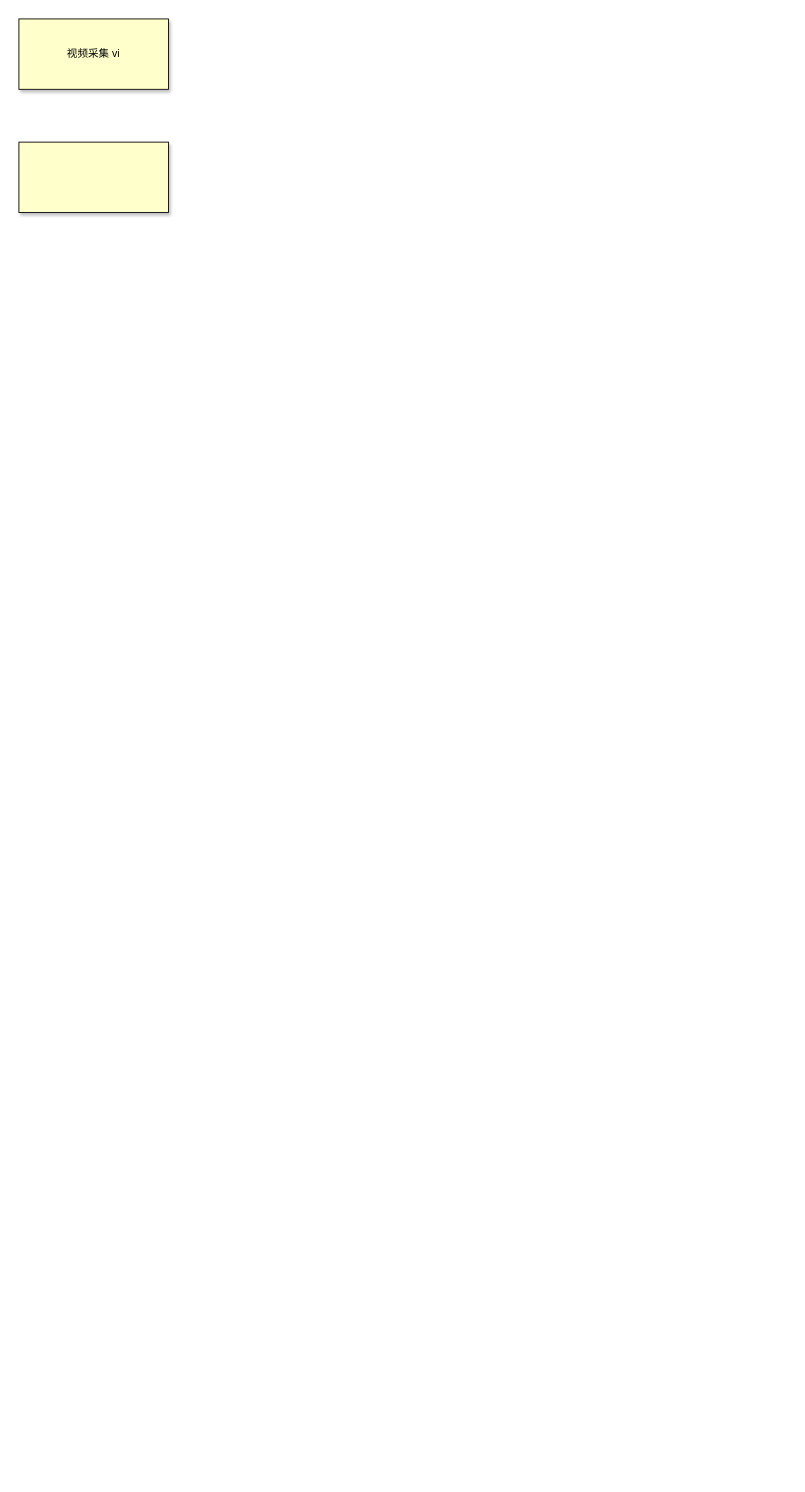
This is 国科sdk.drawio from zhouzmo/picture, a draw.io file, before an edit. Source tidied: cells renumbered, new cells numbered last; positions are measured from the earlier drawing's top-left corner, leaving out a move shared by most shapes. Both pictures are drawn from the tidied source at 88%, with x=0, y=0 at pixel (18, 18).
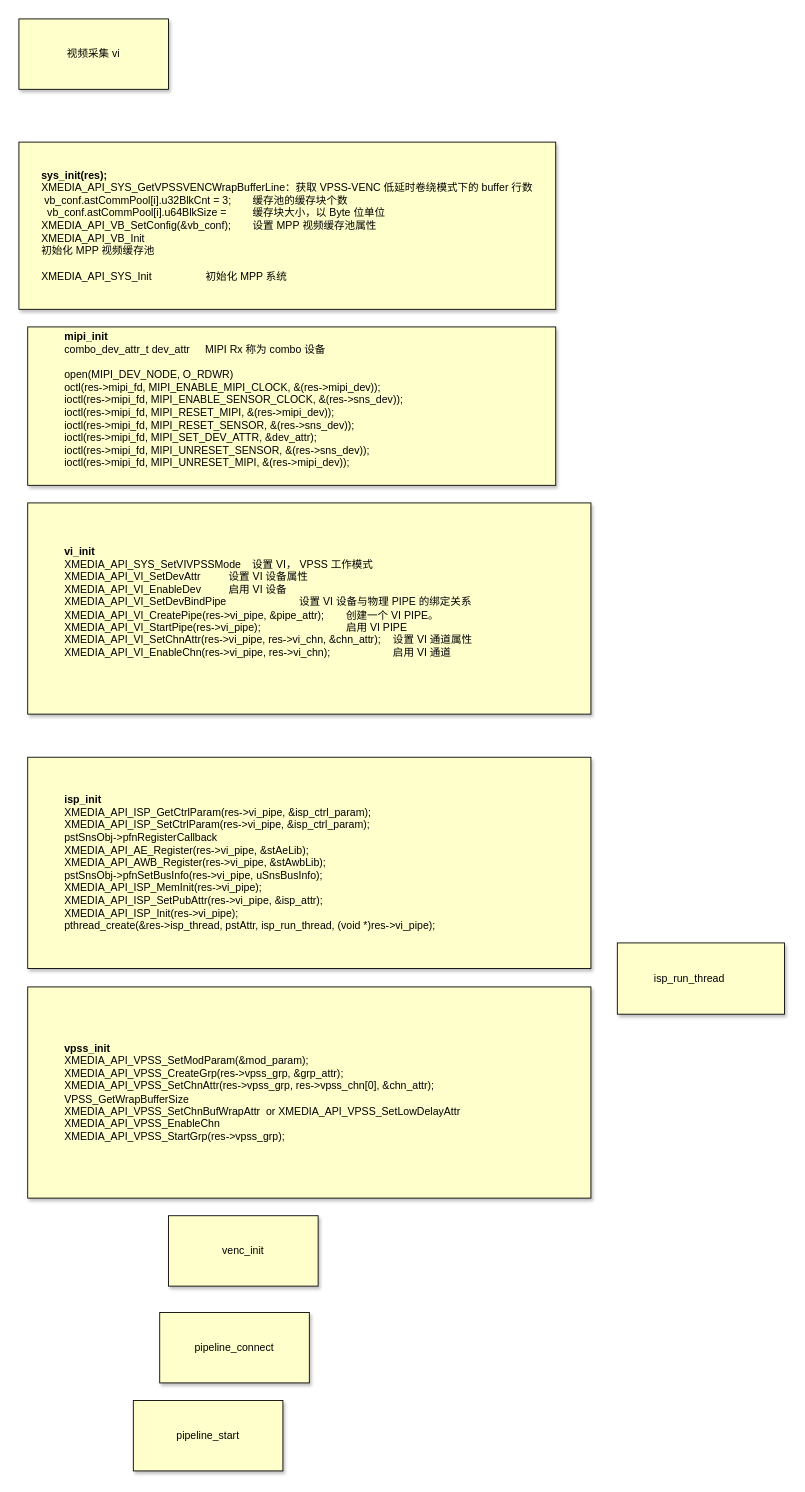
After the change.

What changed in the source:
```diff
@@
 <mxGraphModel>
   <root>
     <mxCell id="0" />
     <mxCell id="1" parent="0" />
     <mxCell id="2" value="视频采集 vi" style="rounded=0;whiteSpace=wrap;html=1;fillColor=#FFFFCC;glass=0;shadow=1;" parent="1" vertex="1">
       <mxGeometry width="170" height="80" as="geometry" />
     </mxCell>
-    <mxCell id="3" style="rounded=0;whiteSpace=wrap;html=1;fillColor=#FFFFCC;glass=0;shadow=1;" parent="1" vertex="1">
-      <mxGeometry y="140" width="170" height="80" as="geometry" />
+    <mxCell id="3" value="&lt;div style=&quot;text-align: left;&quot;&gt;&lt;b style=&quot;background-color: initial;&quot;&gt;sys_init(res);&lt;/b&gt;&lt;/div&gt;&lt;span class=&quot;fontstyle0&quot;&gt;&lt;div style=&quot;text-align: left;&quot;&gt;&lt;span style=&quot;background-color: initial;&quot; class=&quot;fontstyle0&quot;&gt;XMEDIA_API_SYS_GetVPSSVENCWrapBufferLine&lt;/span&gt;&lt;span style=&quot;background-color: initial;&quot; class=&quot;fontstyle1&quot;&gt;：获取 &lt;/span&gt;&lt;span style=&quot;background-color: initial;&quot; class=&quot;fontstyle0&quot;&gt;VPSS-VENC &lt;/span&gt;&lt;span style=&quot;background-color: initial;&quot; class=&quot;fontstyle1&quot;&gt;低延时卷绕模式下的 &lt;/span&gt;&lt;span style=&quot;background-color: initial;&quot; class=&quot;fontstyle0&quot;&gt;buffer &lt;/span&gt;&lt;span style=&quot;background-color: initial;&quot; class=&quot;fontstyle1&quot;&gt;行数&lt;/span&gt;&lt;/div&gt;&lt;/span&gt;&lt;div&gt;&lt;div style=&quot;text-align: left;&quot;&gt;&amp;nbsp;vb_conf.astCommPool[i].u32BlkCnt = 3;&lt;span style=&quot;white-space: pre;&quot;&gt;&#9;&lt;/span&gt;&lt;span style=&quot;background-color: initial; text-align: center;&quot;&gt;缓存池的缓存块个数&lt;/span&gt;&lt;/div&gt;&lt;div style=&quot;text-align: left;&quot;&gt;&amp;nbsp; vb_conf.astCommPool[i].u64BlkSize =&amp;nbsp;&lt;span style=&quot;white-space: pre;&quot;&gt;&#9;&lt;/span&gt;&lt;span style=&quot;background-color: initial; text-align: center;&quot; class=&quot;fontstyle0&quot;&gt;缓存块大小，以&amp;nbsp;&lt;/span&gt;&lt;span style=&quot;background-color: initial; text-align: center;&quot; class=&quot;fontstyle2&quot;&gt;Byte&amp;nbsp;&lt;/span&gt;&lt;span style=&quot;background-color: initial; text-align: center;&quot; class=&quot;fontstyle0&quot;&gt;位单位&lt;br&gt;XMEDIA_API_VB_SetConfig(&amp;amp;vb_conf);&lt;span style=&quot;white-space: pre;&quot;&gt;&#9;&lt;/span&gt;&lt;span style=&quot;background-color: initial;&quot; class=&quot;fontstyle0&quot;&gt;设置&amp;nbsp;&lt;/span&gt;&lt;span style=&quot;background-color: initial;&quot; class=&quot;fontstyle2&quot;&gt;MPP&amp;nbsp;&lt;/span&gt;&lt;span style=&quot;background-color: initial;&quot; class=&quot;fontstyle0&quot;&gt;视频缓存池属性&lt;br&gt;XMEDIA_API_VB_Init&lt;span style=&quot;white-space: pre;&quot;&gt;&#9;&lt;/span&gt;&lt;br&gt;&lt;span class=&quot;fontstyle0&quot;&gt;初始化 &lt;/span&gt;&lt;span class=&quot;fontstyle2&quot;&gt;MPP &lt;/span&gt;&lt;span class=&quot;fontstyle0&quot;&gt;视频缓存池&lt;/span&gt; &lt;br&gt;&lt;br style=&quot;font-variant-numeric: normal; font-variant-east-asian: normal; font-variant-alternates: normal; font-variant-position: normal; line-height: normal; text-align: -webkit-auto; text-size-adjust: auto;&quot;&gt;XMEDIA_API_SYS_Init&lt;span style=&quot;white-space: pre;&quot;&gt;&#9;&lt;span style=&quot;white-space: pre;&quot;&gt;&#9;&lt;span style=&quot;white-space: pre;&quot;&gt;&#9;&lt;/span&gt;&lt;/span&gt;&lt;/span&gt;&lt;span class=&quot;fontstyle0&quot;&gt;初始化 &lt;/span&gt;&lt;span class=&quot;fontstyle2&quot;&gt;MPP &lt;/span&gt;&lt;span class=&quot;fontstyle0&quot;&gt;系统&lt;/span&gt;&lt;/span&gt;&lt;/span&gt;&lt;/div&gt;&lt;/div&gt;" style="rounded=0;whiteSpace=wrap;html=1;fillColor=#FFFFCC;glass=0;shadow=1;" parent="1" vertex="1">
+      <mxGeometry y="140" width="610" height="190" as="geometry" />
     </mxCell>
+    <mxCell id="4" value="&lt;blockquote style=&quot;margin: 0 0 0 40px; border: none; padding: 0px;&quot;&gt;&lt;b&gt;mipi_init&lt;br&gt;&lt;/b&gt;&lt;span class=&quot;fontstyle0&quot;&gt;combo_dev_attr_t dev_attr &lt;span style=&quot;white-space: pre;&quot;&gt;&#9;&lt;/span&gt;MIPI Rx &lt;/span&gt;&lt;span class=&quot;fontstyle2&quot;&gt;称为 &lt;/span&gt;&lt;span class=&quot;fontstyle0&quot;&gt;combo &lt;/span&gt;&lt;span class=&quot;fontstyle2&quot;&gt;设备&lt;/span&gt; &lt;br/&gt;&lt;br style=&quot;font-variant-numeric: normal; font-variant-east-asian: normal; font-variant-alternates: normal; font-variant-position: normal; line-height: normal; text-align: -webkit-auto; text-size-adjust: auto;&quot;&gt;open(MIPI_DEV_NODE, O_RDWR)&lt;br&gt;octl(res-&amp;gt;mipi_fd, MIPI_ENABLE_MIPI_CLOCK, &amp;amp;(res-&amp;gt;mipi_dev));&lt;br&gt;ioctl(res-&amp;gt;mipi_fd, MIPI_ENABLE_SENSOR_CLOCK, &amp;amp;(res-&amp;gt;sns_dev));&lt;br&gt;ioctl(res-&amp;gt;mipi_fd, MIPI_RESET_MIPI, &amp;amp;(res-&amp;gt;mipi_dev));&lt;br&gt;ioctl(res-&amp;gt;mipi_fd, MIPI_RESET_SENSOR, &amp;amp;(res-&amp;gt;sns_dev));&lt;br&gt;ioctl(res-&amp;gt;mipi_fd, MIPI_SET_DEV_ATTR, &amp;amp;dev_attr);&lt;br&gt;ioctl(res-&amp;gt;mipi_fd, MIPI_UNRESET_SENSOR, &amp;amp;(res-&amp;gt;sns_dev));&lt;br&gt;ioctl(res-&amp;gt;mipi_fd, MIPI_UNRESET_MIPI, &amp;amp;(res-&amp;gt;mipi_dev));&lt;br&gt;&lt;br&gt;&lt;/blockquote&gt;" style="rounded=0;whiteSpace=wrap;html=1;fillColor=#FFFFCC;glass=0;shadow=1;align=left;" parent="1" vertex="1">
+      <mxGeometry x="10" y="350" width="600" height="180" as="geometry" />
+    </mxCell>
+    <mxCell id="5" value="&lt;blockquote style=&quot;margin: 0 0 0 40px; border: none; padding: 0px;&quot;&gt;&lt;b&gt;vi_init&lt;br&gt;&lt;/b&gt;XMEDIA_API_SYS_SetVIVPSSMode&lt;span style=&quot;white-space: pre;&quot;&gt;&#9;&lt;/span&gt;&lt;span class=&quot;fontstyle0&quot;&gt;设置 &lt;/span&gt;&lt;span class=&quot;fontstyle2&quot;&gt;VI&lt;/span&gt;&lt;span class=&quot;fontstyle0&quot;&gt;， &lt;/span&gt;&lt;span class=&quot;fontstyle2&quot;&gt;VPSS &lt;/span&gt;&lt;span class=&quot;fontstyle0&quot;&gt;工作模式&lt;/span&gt;&lt;div style=&quot;&quot;&gt;&lt;span style=&quot;background-color: initial;&quot;&gt;XMEDIA_API_VI_SetDevAttr&lt;span style=&quot;white-space: pre;&quot;&gt;&#9;&lt;span style=&quot;white-space: pre;&quot;&gt;&#9;&lt;/span&gt;&lt;/span&gt;&lt;/span&gt;&lt;span style=&quot;background-color: initial;&quot; class=&quot;fontstyle0&quot;&gt;设置 &lt;/span&gt;&lt;span style=&quot;background-color: initial;&quot; class=&quot;fontstyle2&quot;&gt;VI &lt;/span&gt;&lt;span style=&quot;background-color: initial;&quot; class=&quot;fontstyle0&quot;&gt;设备属性&lt;br&gt;XMEDIA_API_VI_EnableDev&lt;span style=&quot;white-space: pre;&quot;&gt;&#9;&lt;span style=&quot;white-space: pre;&quot;&gt;&#9;&lt;/span&gt;&lt;/span&gt;&lt;/span&gt;&lt;span style=&quot;background-color: initial;&quot; class=&quot;fontstyle0&quot;&gt;启用 &lt;/span&gt;&lt;span style=&quot;background-color: initial;&quot; class=&quot;fontstyle2&quot;&gt;VI &lt;/span&gt;&lt;span style=&quot;background-color: initial;&quot; class=&quot;fontstyle0&quot;&gt;设备&lt;/span&gt;&lt;/div&gt;XMEDIA_API_VI_SetDevBindPipe&lt;span style=&quot;white-space: pre;&quot;&gt;&#9;&lt;span style=&quot;white-space: pre;&quot;&gt;&#9;&lt;span style=&quot;white-space: pre;&quot;&gt;&#9;&lt;/span&gt;&lt;span style=&quot;white-space: pre;&quot;&gt;&#9;&lt;/span&gt;&lt;/span&gt;&lt;/span&gt;&lt;span style=&quot;background-color: initial;&quot; class=&quot;fontstyle0&quot;&gt;设置 &lt;/span&gt;&lt;span style=&quot;background-color: initial;&quot; class=&quot;fontstyle2&quot;&gt;VI &lt;/span&gt;&lt;span style=&quot;background-color: initial;&quot; class=&quot;fontstyle0&quot;&gt;设备与物理 &lt;/span&gt;&lt;span style=&quot;background-color: initial;&quot; class=&quot;fontstyle2&quot;&gt;PIPE &lt;/span&gt;&lt;span style=&quot;background-color: initial;&quot; class=&quot;fontstyle0&quot;&gt;的绑定关系&lt;br&gt;&lt;/span&gt;XMEDIA_API_VI_CreatePipe(res-&amp;gt;vi_pipe, &amp;amp;pipe_attr);&lt;span style=&quot;white-space: pre;&quot;&gt;&#9;&lt;/span&gt;&lt;span class=&quot;fontstyle0&quot;&gt;创建一个 &lt;/span&gt;&lt;span class=&quot;fontstyle2&quot;&gt;VI PIPE&lt;/span&gt;&lt;span class=&quot;fontstyle0&quot;&gt;。&lt;/span&gt;&lt;br style=&quot;font-variant-numeric: normal; font-variant-east-asian: normal; font-variant-alternates: normal; font-variant-position: normal; line-height: normal; text-align: -webkit-auto; text-size-adjust: auto;&quot;&gt;XMEDIA_API_VI_StartPipe(res-&amp;gt;vi_pipe);&lt;span style=&quot;white-space: pre;&quot;&gt;&#9;&lt;span style=&quot;white-space: pre;&quot;&gt;&#9;&lt;/span&gt;&lt;span style=&quot;white-space: pre;&quot;&gt;&#9;&lt;/span&gt;&lt;span style=&quot;white-space: pre;&quot;&gt;&#9;&lt;/span&gt;&lt;/span&gt;&lt;span class=&quot;fontstyle0&quot;&gt;启用 &lt;/span&gt;&lt;span class=&quot;fontstyle2&quot;&gt;VI PIPE&lt;/span&gt;&lt;br style=&quot;font-variant-numeric: normal; font-variant-east-asian: normal; font-variant-alternates: normal; font-variant-position: normal; line-height: normal; text-align: -webkit-auto; text-size-adjust: auto;&quot;&gt;XMEDIA_API_VI_SetChnAttr(res-&amp;gt;vi_pipe, res-&amp;gt;vi_chn, &amp;amp;chn_attr);&lt;span style=&quot;white-space: pre;&quot;&gt;&#9;&lt;/span&gt;&lt;span class=&quot;fontstyle0&quot;&gt;设置 &lt;/span&gt;&lt;span class=&quot;fontstyle2&quot;&gt;VI &lt;/span&gt;&lt;span class=&quot;fontstyle0&quot;&gt;通道属性&lt;/span&gt;&lt;br style=&quot;font-variant-numeric: normal; font-variant-east-asian: normal; font-variant-alternates: normal; font-variant-position: normal; line-height: normal; text-align: -webkit-auto; text-size-adjust: auto;&quot;&gt;XMEDIA_API_VI_EnableChn(res-&amp;gt;vi_pipe, res-&amp;gt;vi_chn);&lt;span style=&quot;white-space: pre;&quot;&gt;&#9;&lt;span style=&quot;white-space: pre;&quot;&gt;&#9;&lt;/span&gt;&lt;span style=&quot;white-space: pre;&quot;&gt;&#9;&lt;/span&gt;&lt;/span&gt;&lt;span style=&quot;background-color: initial;&quot; class=&quot;fontstyle0&quot;&gt;启用 &lt;/span&gt;&lt;span style=&quot;background-color: initial;&quot; class=&quot;fontstyle2&quot;&gt;VI &lt;/span&gt;&lt;span style=&quot;background-color: initial;&quot; class=&quot;fontstyle0&quot;&gt;通道&lt;/span&gt;&lt;br style=&quot;font-variant-numeric: normal; font-variant-east-asian: normal; font-variant-alternates: normal; font-variant-position: normal; line-height: normal; text-align: -webkit-auto; text-size-adjust: auto;&quot;&gt;&lt;/blockquote&gt; &lt;div&gt;&lt;br&gt;&lt;/div&gt;" style="rounded=0;whiteSpace=wrap;html=1;fillColor=#FFFFCC;glass=0;shadow=1;align=left;" parent="1" vertex="1">
+      <mxGeometry x="10" y="550" width="640" height="240" as="geometry" />
+    </mxCell>
+    <mxCell id="6" value="venc_init" style="rounded=0;whiteSpace=wrap;html=1;fillColor=#FFFFCC;glass=0;shadow=1;" parent="1" vertex="1">
+      <mxGeometry x="170" y="1360" width="170" height="80" as="geometry" />
+    </mxCell>
+    <mxCell id="7" value="pipeline_connect" style="rounded=0;whiteSpace=wrap;html=1;fillColor=#FFFFCC;glass=0;shadow=1;" parent="1" vertex="1">
+      <mxGeometry x="160" y="1470" width="170" height="80" as="geometry" />
+    </mxCell>
+    <mxCell id="8" value="pipeline_start" style="rounded=0;whiteSpace=wrap;html=1;fillColor=#FFFFCC;glass=0;shadow=1;" parent="1" vertex="1">
+      <mxGeometry x="130" y="1570" width="170" height="80" as="geometry" />
+    </mxCell>
+    <mxCell id="9" value="&lt;blockquote style=&quot;margin: 0 0 0 40px; border: none; padding: 0px;&quot;&gt;&lt;span style=&quot;text-align: center;&quot;&gt;&lt;b&gt;isp_init&lt;br&gt;&lt;/b&gt;&lt;/span&gt;XMEDIA_API_ISP_GetCtrlParam(res-&amp;gt;vi_pipe, &amp;amp;isp_ctrl_param);&lt;br&gt;XMEDIA_API_ISP_SetCtrlParam(res-&amp;gt;vi_pipe, &amp;amp;isp_ctrl_param);&lt;br&gt;pstSnsObj-&amp;gt;pfnRegisterCallback&lt;br&gt;XMEDIA_API_AE_Register(res-&amp;gt;vi_pipe, &amp;amp;stAeLib);&lt;br&gt;XMEDIA_API_AWB_Register(res-&amp;gt;vi_pipe, &amp;amp;stAwbLib);&lt;br&gt;pstSnsObj-&amp;gt;pfnSetBusInfo(res-&amp;gt;vi_pipe, uSnsBusInfo);&lt;br&gt;XMEDIA_API_ISP_MemInit(res-&amp;gt;vi_pipe);&lt;br&gt;XMEDIA_API_ISP_SetPubAttr(res-&amp;gt;vi_pipe, &amp;amp;isp_attr);&lt;br&gt;XMEDIA_API_ISP_Init(res-&amp;gt;vi_pipe);&lt;br&gt;pthread_create(&amp;amp;res-&amp;gt;isp_thread, pstAttr, isp_run_thread, (void *)res-&amp;gt;vi_pipe);&lt;br&gt;&lt;/blockquote&gt;" style="rounded=0;whiteSpace=wrap;html=1;fillColor=#FFFFCC;glass=0;shadow=1;align=left;" parent="1" vertex="1">
+      <mxGeometry x="10" y="839" width="640" height="240" as="geometry" />
+    </mxCell>
+    <mxCell id="10" value="&lt;blockquote style=&quot;margin: 0 0 0 40px; border: none; padding: 0px;&quot;&gt;isp_run_thread&lt;br&gt;&lt;/blockquote&gt;" style="rounded=0;whiteSpace=wrap;html=1;fillColor=#FFFFCC;glass=0;shadow=1;align=left;" parent="1" vertex="1">
+      <mxGeometry x="680" y="1050" width="190" height="81" as="geometry" />
+    </mxCell>
+    <mxCell id="11" value="&lt;blockquote style=&quot;margin: 0 0 0 40px; border: none; padding: 0px;&quot;&gt;&lt;span style=&quot;text-align: center;&quot;&gt;&lt;b&gt;vpss_init&lt;br&gt;&lt;/b&gt;&lt;/span&gt;XMEDIA_API_VPSS_SetModParam(&amp;amp;mod_param);&lt;br&gt;XMEDIA_API_VPSS_CreateGrp(res-&amp;gt;vpss_grp, &amp;amp;grp_attr);&lt;br&gt;XMEDIA_API_VPSS_SetChnAttr(res-&amp;gt;vpss_grp, res-&amp;gt;vpss_chn[0], &amp;amp;chn_attr);&lt;br&gt;VPSS_GetWrapBufferSize&lt;br&gt;XMEDIA_API_VPSS_SetChnBufWrapAttr&amp;nbsp; or&amp;nbsp;XMEDIA_API_VPSS_SetLowDelayAttr&lt;br&gt;XMEDIA_API_VPSS_EnableChn&lt;br&gt;XMEDIA_API_VPSS_StartGrp(res-&amp;gt;vpss_grp);&lt;br&gt;&lt;/blockquote&gt;" style="rounded=0;whiteSpace=wrap;html=1;fillColor=#FFFFCC;glass=0;shadow=1;align=left;" parent="1" vertex="1">
+      <mxGeometry x="10" y="1100" width="640" height="240" as="geometry" />
+    </mxCell>
   </root>
 </mxGraphModel>
```
